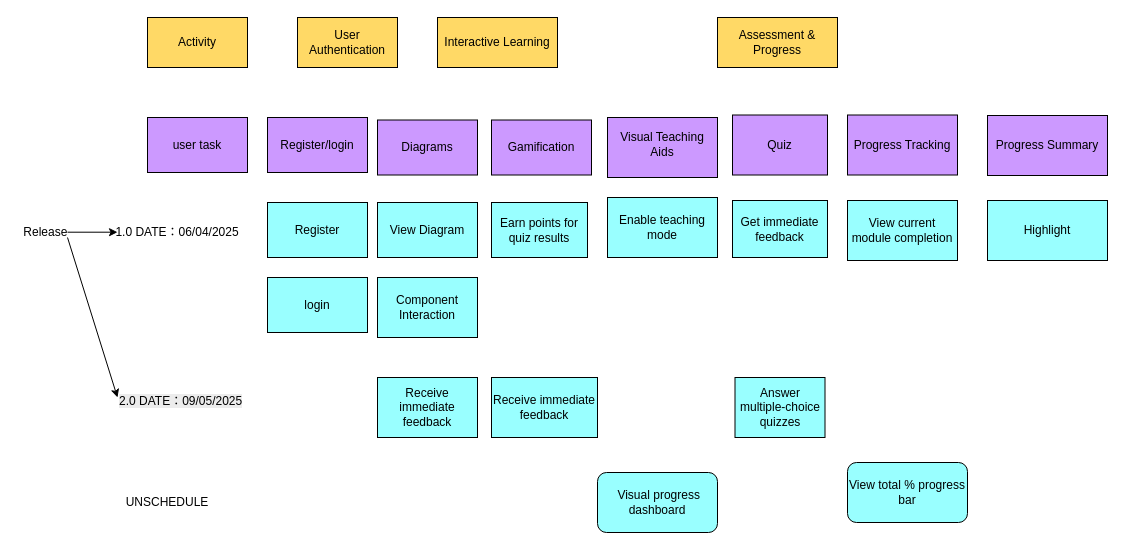
haohaochifanjiuchenggongle/drawio keeps this draw.io diagram as 未命名绘图.drawio. Above is the earlier version. Source tidied: cells renumbered, new cells numbered last; positions are measured from the earlier drawing's top-left corner, leaving out a move shared by most shapes. Both pictures are drawn from the tidied source at 100%, with x=0, y=0 at pixel (17, 17).
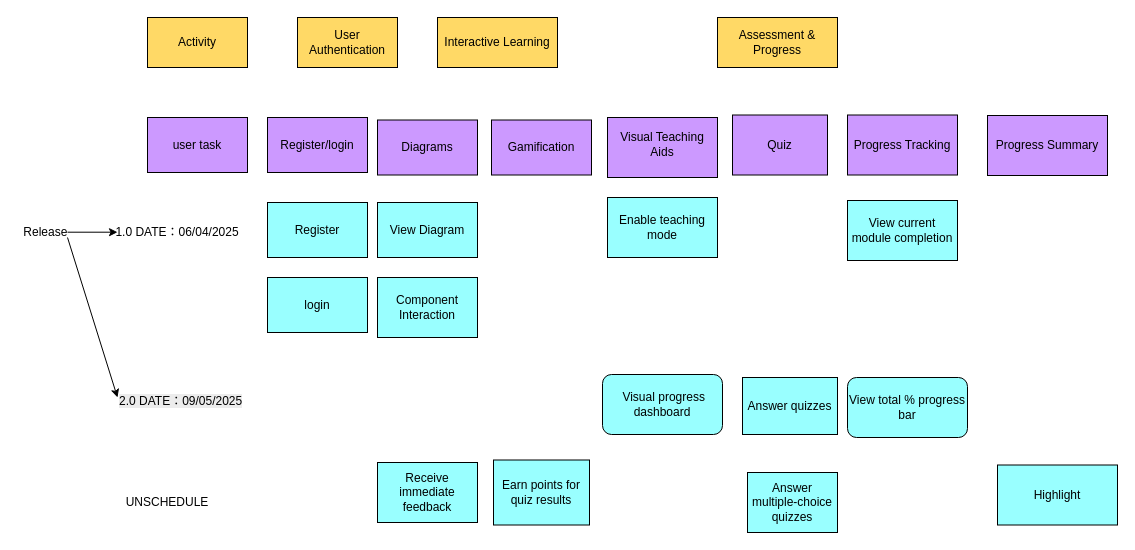
Above is the later version.

Commit message:
更新未命名绘图.drawio

What changed in the source:
```diff
@@
     <mxCell id="19" value="Receive immediate feedback" style="rounded=0;whiteSpace=wrap;html=1;fillColor=#99FFFF;" parent="1" vertex="1">
-      <mxGeometry x="360" y="360" width="100" height="60" as="geometry" />
+      <mxGeometry x="360" y="445" width="100" height="60" as="geometry" />
     </mxCell>
     <mxCell id="20" value="Earn points for quiz results" style="rounded=0;whiteSpace=wrap;html=1;fillColor=#99FFFF;" parent="1" vertex="1">
-      <mxGeometry x="474" y="185" width="96" height="55" as="geometry" />
+      <mxGeometry x="476" y="442.5" width="96" height="65" as="geometry" />
     </mxCell>
@@
-    <mxCell id="22" value="Get immediate feedback" style="rounded=0;whiteSpace=wrap;html=1;fillColor=#99FFFF;" parent="1" vertex="1">
-      <mxGeometry x="715" y="183" width="95" height="57" as="geometry" />
+    <mxCell id="22" value="Answer quizzes" style="rounded=0;whiteSpace=wrap;html=1;fillColor=#99FFFF;" parent="1" vertex="1">
+      <mxGeometry x="725" y="360" width="95" height="57" as="geometry" />
     </mxCell>
@@
     <mxCell id="24" value="Highlight" style="rounded=0;whiteSpace=wrap;html=1;fillColor=#99FFFF;" parent="1" vertex="1">
-      <mxGeometry x="970" y="183" width="120" height="60" as="geometry" />
+      <mxGeometry x="980" y="447.5" width="120" height="60" as="geometry" />
     </mxCell>
@@
     <mxCell id="26" value="Answer multiple-choice quizzes" style="rounded=0;whiteSpace=wrap;html=1;fillColor=#99FFFF;" parent="1" vertex="1">
-      <mxGeometry x="717.5" y="360" width="90" height="60" as="geometry" />
+      <mxGeometry x="730" y="455" width="90" height="60" as="geometry" />
     </mxCell>
-    <mxCell id="27" value="Receive immediate feedback" style="rounded=0;whiteSpace=wrap;html=1;fillColor=#99FFFF;" parent="1" vertex="1">
-      <mxGeometry x="474" y="360" width="106" height="60" as="geometry" />
-    </mxCell>
@@
     <mxCell id="30" value="&amp;nbsp;Visual progress dashboard" style="rounded=1;whiteSpace=wrap;html=1;fillColor=#99FFFF;" parent="1" vertex="1">
-      <mxGeometry x="580" y="455" width="120" height="60" as="geometry" />
+      <mxGeometry x="585" y="357" width="120" height="60" as="geometry" />
     </mxCell>
     <mxCell id="31" value="View total % progress bar" style="rounded=1;whiteSpace=wrap;html=1;fillColor=#99FFFF;" parent="1" vertex="1">
-      <mxGeometry x="830" y="445" width="120" height="60" as="geometry" />
+      <mxGeometry x="830" y="360" width="120" height="60" as="geometry" />
     </mxCell>
```
